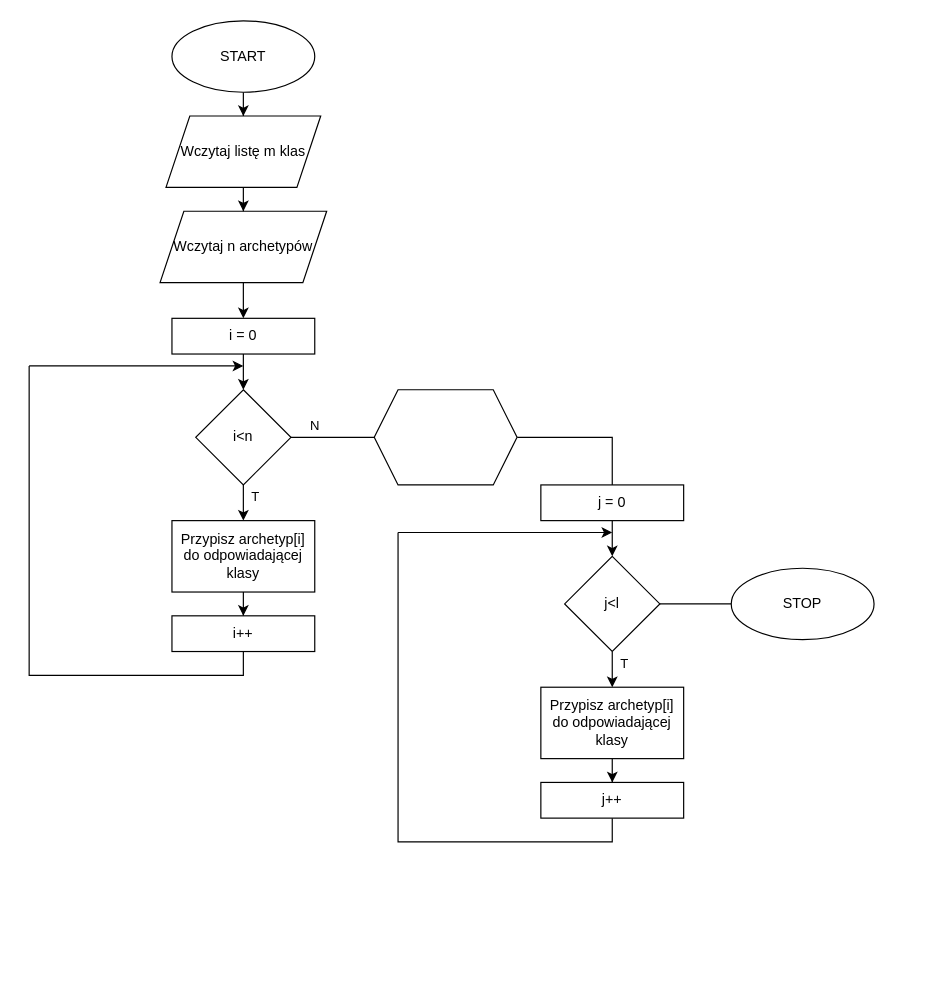
The draw.io diagram AlgorytmPostepowania.drawio in Moluk34/aplikacjesieciowe, before the edit. Source tidied: cells renumbered, new cells numbered last; positions are measured from the earlier drawing's top-left corner, leaving out a move shared by most shapes. Both pictures are drawn from the tidied source at 119%, with x=0, y=0 at pixel (29, 20).
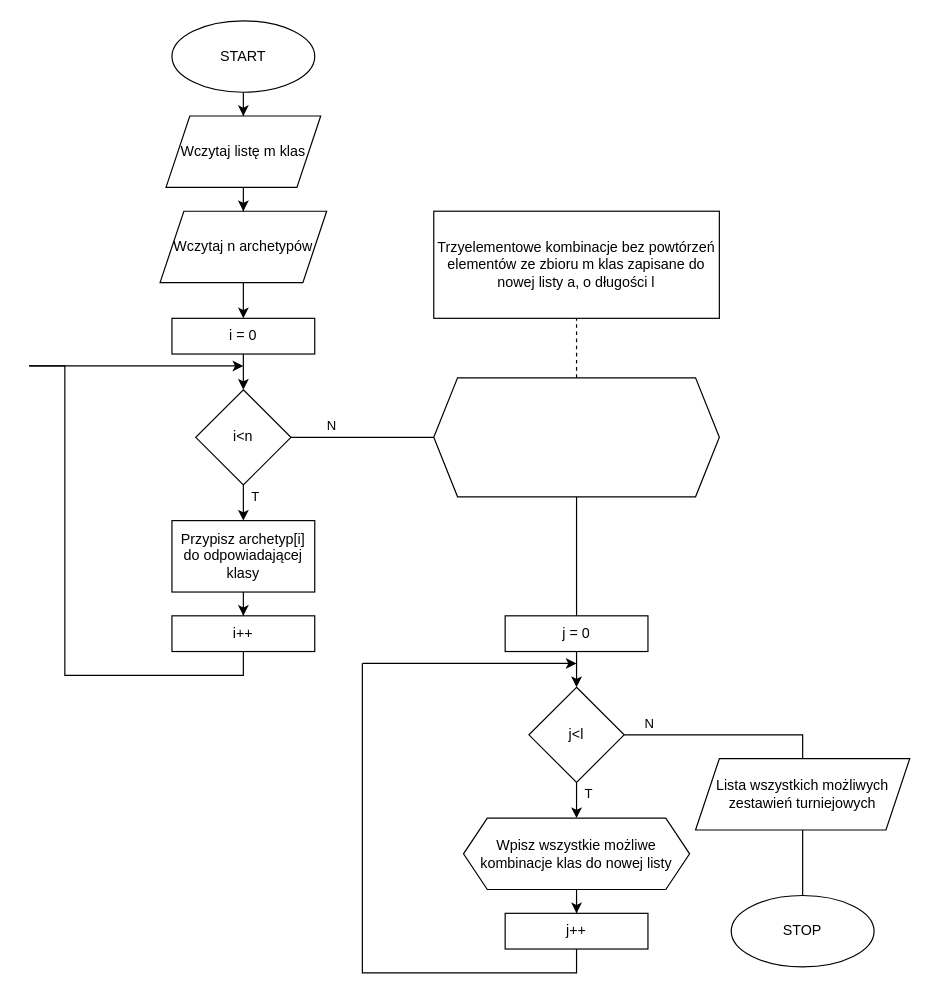
After the change.

Unchanged cells that the change refers to:
```xml
<mxCell id="18" value="i++" style="whiteSpace=wrap;html=1;" parent="1" vertex="1">
  <mxGeometry x="120" y="500" width="120" height="30" as="geometry" />
</mxCell>
```

What changed in the source:
```diff
@@
     <mxCell id="3" style="shape=hexagon;perimeter=hexagonPerimeter2;whiteSpace=wrap;html=1;fixedSize=1;" parent="1" vertex="1">
-      <mxGeometry x="290" y="310" width="120" height="80" as="geometry" />
+      <mxGeometry x="340" y="300" width="240" height="100" as="geometry" />
     </mxCell>
@@
     <mxCell id="17" style="edgeStyle=orthogonalEdgeStyle;rounded=0;jettySize=auto;html=1;endArrow=none;endFill=0;" parent="1" edge="1" source="18">
       <mxGeometry relative="1" as="geometry">
         <mxPoint y="290" as="targetPoint" />
         <Array as="points">
           <mxPoint x="180" y="550" />
-          <mxPoint y="550" />
+          <mxPoint x="30" y="550" />
+          <mxPoint x="30" y="290" />
         </Array>
       </mxGeometry>
     </mxCell>
@@
-    <mxCell id="20" value="T" style="edgeStyle=orthogonalEdgeStyle;rounded=0;jettySize=auto;html=1;" parent="1" edge="1" source="22" target="26">
+    <mxCell id="20" value="T" style="edgeStyle=orthogonalEdgeStyle;rounded=0;jettySize=auto;html=1;entryX=0.5;entryY=0;entryDx=0;entryDy=0;" parent="1" edge="1" source="22" target="33">
       <mxGeometry x="0.2" y="10" relative="1" as="geometry" />
     </mxCell>
-    <mxCell id="21" style="edgeStyle=orthogonalEdgeStyle;rounded=0;jettySize=auto;html=1;endArrow=none;endFill=0;" parent="1" edge="1" source="22" target="30">
-      <mxGeometry relative="1" as="geometry" />
-    </mxCell>
     <mxCell id="22" value="j&amp;lt;l" style="rhombus;whiteSpace=wrap;html=1;" parent="1" vertex="1">
-      <mxGeometry x="450" y="450" width="80" height="80" as="geometry" />
+      <mxGeometry x="420" y="560" width="80" height="80" as="geometry" />
     </mxCell>
@@
+    <mxCell id="31" style="edgeStyle=orthogonalEdgeStyle;rounded=0;jettySize=auto;html=1;entryX=0.5;entryY=0;entryDx=0;entryDy=0;endArrow=none;endFill=0;exitX=1;exitY=0.5;exitDx=0;exitDy=0;" parent="1" edge="1" source="22" target="35">
+      <mxGeometry relative="1" as="geometry" />
+    </mxCell>
+    <mxCell id="32" value="N" style="edgeLabel;html=1;align=center;verticalAlign=middle;" parent="31" vertex="1">
+      <mxGeometry x="-0.42" y="-1" relative="1" as="geometry">
+        <mxPoint x="-29" y="-11" as="offset" />
+      </mxGeometry>
+    </mxCell>
     <mxCell id="24" value="j = 0" style="rounded=0;whiteSpace=wrap;html=1;" parent="1" vertex="1">
-      <mxGeometry x="430" y="390" width="120" height="30" as="geometry" />
+      <mxGeometry x="400" y="500" width="120" height="30" as="geometry" />
     </mxCell>
-    <mxCell id="25" style="edgeStyle=orthogonalEdgeStyle;rounded=0;jettySize=auto;html=1;" parent="1" edge="1" source="26" target="28">
+    <mxCell id="25" style="edgeStyle=orthogonalEdgeStyle;rounded=0;jettySize=auto;html=1;exitX=0.5;exitY=1;exitDx=0;exitDy=0;" parent="1" edge="1" source="33" target="28">
       <mxGeometry relative="1" as="geometry" />
     </mxCell>
-    <mxCell id="26" value="Przypisz archetyp[i] do odpowiadającej klasy" style="whiteSpace=wrap;html=1;" parent="1" vertex="1">
-      <mxGeometry x="430" y="560" width="120" height="60" as="geometry" />
-    </mxCell>
     <mxCell id="27" style="edgeStyle=orthogonalEdgeStyle;rounded=0;jettySize=auto;html=1;endArrow=none;endFill=0;" parent="1" edge="1" source="28">
       <mxGeometry relative="1" as="geometry">
-        <mxPoint x="310" y="430" as="targetPoint" />
+        <mxPoint x="280" y="540" as="targetPoint" />
         <Array as="points">
-          <mxPoint x="490" y="690" />
-          <mxPoint x="310" y="690" />
+          <mxPoint x="460" y="800" />
+          <mxPoint x="280" y="800" />
         </Array>
       </mxGeometry>
     </mxCell>
     <mxCell id="28" value="j++" style="whiteSpace=wrap;html=1;" parent="1" vertex="1">
-      <mxGeometry x="430" y="640" width="120" height="30" as="geometry" />
+      <mxGeometry x="400" y="750" width="120" height="30" as="geometry" />
     </mxCell>
     <mxCell id="29" style="endArrow=classic;html=1;rounded=0;" parent="1" edge="1">
       <mxGeometry relative="1" as="geometry">
-        <mxPoint x="310" y="430" as="sourcePoint" />
-        <mxPoint x="490" y="430" as="targetPoint" />
+        <mxPoint x="280" y="540" as="sourcePoint" />
+        <mxPoint x="460" y="540" as="targetPoint" />
       </mxGeometry>
     </mxCell>
     <mxCell id="30" value="STOP" style="ellipse;whiteSpace=wrap;html=1;" parent="1" vertex="1">
-      <mxGeometry x="590" y="460" width="120" height="60" as="geometry" />
+      <mxGeometry x="590" y="735" width="120" height="60" as="geometry" />
     </mxCell>
+    <mxCell id="33" value="Wpisz wszystkie możliwe kombinacje klas do nowej listy" style="shape=hexagon;perimeter=hexagonPerimeter2;whiteSpace=wrap;html=1;fixedSize=1;" parent="1" vertex="1">
+      <mxGeometry x="365" y="670" width="190" height="60" as="geometry" />
+    </mxCell>
+    <mxCell id="34" style="edgeStyle=orthogonalEdgeStyle;rounded=0;jettySize=auto;html=1;endArrow=none;endFill=0;" parent="1" edge="1" source="35" target="30">
+      <mxGeometry relative="1" as="geometry" />
+    </mxCell>
+    <mxCell id="35" value="Lista wszystkich możliwych zestawień turniejowych" style="shape=parallelogram;perimeter=parallelogramPerimeter;whiteSpace=wrap;html=1;fixedSize=1;" parent="1" vertex="1">
+      <mxGeometry x="560" y="620" width="180" height="60" as="geometry" />
+    </mxCell>
+    <mxCell id="36" value="Trzyelementowe kombinacje bez powtórzeń elementów ze zbioru m klas zapisane do nowej listy a, o długości l" style="rounded=0;whiteSpace=wrap;html=1;" parent="1" vertex="1">
+      <mxGeometry x="340" y="160" width="240" height="90" as="geometry" />
+    </mxCell>
+    <mxCell id="37" style="endArrow=none;dashed=1;html=1;rounded=0;entryX=0.5;entryY=1;entryDx=0;entryDy=0;exitX=0.5;exitY=0;exitDx=0;exitDy=0;" parent="1" edge="1" source="3" target="36">
+      <mxGeometry relative="1" as="geometry" />
+    </mxCell>
```
